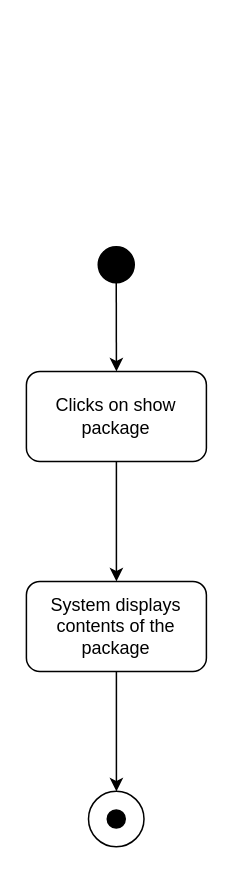
The draw.io diagram page "Show package" (4 of 9) of Travel Managemet System/Activity Diagram TMS.drawio in shreyzo/Travel-Management-System, before the edit. Source tidied: cells renumbered, new cells numbered last; positions are measured from the earlier drawing's top-left corner, leaving out a move shared by most shapes. Both pictures are drawn from the tidied source at 150%, with x=0, y=0 at pixel (26, 246).
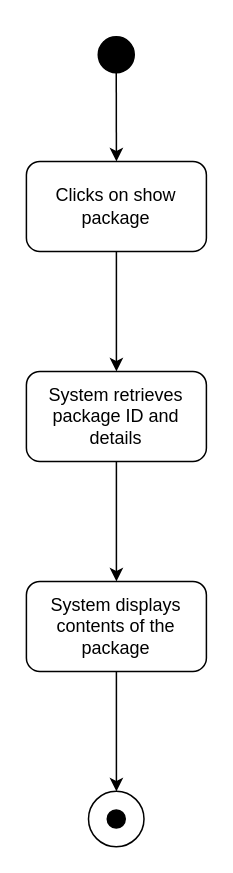
Above is the later version.

What changed in the source:
```diff
@@
 <mxGraphModel>
   <root>
     <mxCell id="0" />
     <mxCell id="1" parent="0" />
-    <mxCell id="2" style="edgeStyle=orthogonalEdgeStyle;rounded=0;jettySize=auto;html=1;" parent="1" edge="1" source="3" target="5">
-      <mxGeometry relative="1" as="geometry" />
-    </mxCell>
+    <mxCell id="11" style="edgeStyle=orthogonalEdgeStyle;rounded=0;jettySize=auto;html=1;" parent="1" edge="1" source="3" target="13">
+      <mxGeometry relative="1" as="geometry" />
+    </mxCell>
     <mxCell id="3" value="Clicks on show package" style="rounded=1;whiteSpace=wrap;html=1;" parent="1" vertex="1">
-      <mxGeometry x="0.1" y="83.1" width="120" height="60" as="geometry" />
+      <mxGeometry x="0.1" y="-56.9" width="120" height="60" as="geometry" />
     </mxCell>
+    <mxCell id="12" style="edgeStyle=orthogonalEdgeStyle;rounded=0;jettySize=auto;html=1;" parent="1" edge="1" source="13">
+      <mxGeometry relative="1" as="geometry">
+        <mxPoint x="60.1" y="223.1" as="targetPoint" />
+      </mxGeometry>
+    </mxCell>
+    <mxCell id="13" value="System retrieves package ID and details" style="rounded=1;whiteSpace=wrap;html=1;" parent="1" vertex="1">
+      <mxGeometry x="0.1" y="83.1" width="120" height="60" as="geometry" />
+    </mxCell>
     <mxCell id="4" style="edgeStyle=orthogonalEdgeStyle;rounded=0;jettySize=auto;html=1;" parent="1" edge="1" source="5">
       <mxGeometry relative="1" as="geometry">
         <mxPoint x="60.1" y="363.1" as="targetPoint" />
       </mxGeometry>
     </mxCell>
     <mxCell id="5" value="System displays contents of the package" style="rounded=1;whiteSpace=wrap;html=1;" parent="1" vertex="1">
       <mxGeometry x="0.1" y="223.1" width="120" height="60" as="geometry" />
     </mxCell>
     <mxCell id="6" style="edgeStyle=none;rounded=0;jettySize=auto;html=1;exitX=0.5;exitY=1;exitDx=0;exitDy=0;entryX=0.5;entryY=0;entryDx=0;entryDy=0;" parent="1" edge="1" source="7" target="3">
       <mxGeometry relative="1" as="geometry" />
     </mxCell>
     <mxCell id="7" style="ellipse;whiteSpace=wrap;html=1;fillColor=#000000;" parent="1" vertex="1">
-      <mxGeometry x="48" width="24" height="24" as="geometry" />
+      <mxGeometry x="48" y="-140" width="24" height="24" as="geometry" />
     </mxCell>
     <mxCell id="8" style="edgeStyle=orthogonalEdgeStyle;rounded=0;orthogonalLoop=1;jettySize=auto;html=1;exitX=0;exitY=0;exitDx=0;exitDy=0;entryX=0.5;entryY=0;entryDx=0;entryDy=0;" parent="1" edge="1" source="7" target="7">
       <mxGeometry relative="1" as="geometry" />
     </mxCell>
     <mxCell id="9" style="ellipse;whiteSpace=wrap;html=1;fillColor=none;" parent="1" vertex="1">
       <mxGeometry x="41.5" y="363" width="37" height="37" as="geometry" />
     </mxCell>
     <mxCell id="10" style="ellipse;whiteSpace=wrap;html=1;fillColor=#000000;" parent="1" vertex="1">
       <mxGeometry x="54" y="375.5" width="12" height="12" as="geometry" />
     </mxCell>
   </root>
 </mxGraphModel>
```
